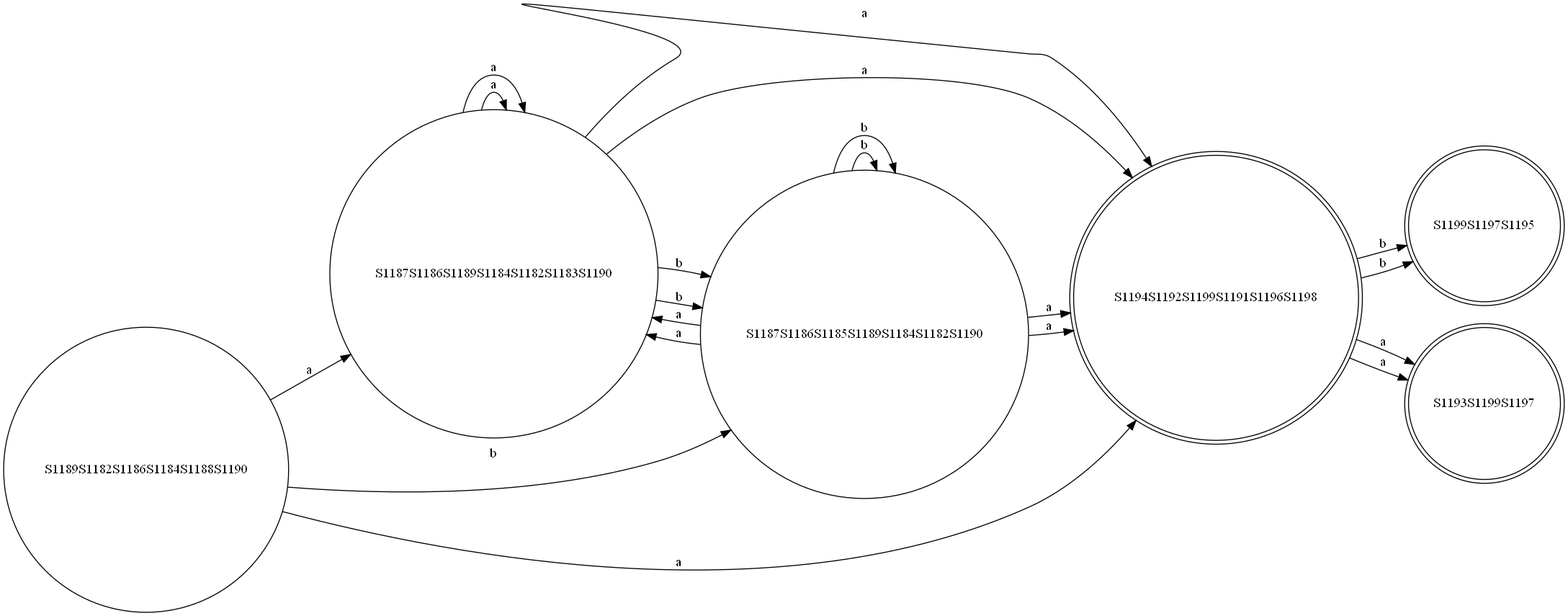
The Graphviz diagram finalCode/test-output/DFA.gv.png in abdelazizSalah/RegExp_NFA_DFA_DFAMinimization, before a commit. Its source is kept beside it as finalCode/test-output/DFA.gv.
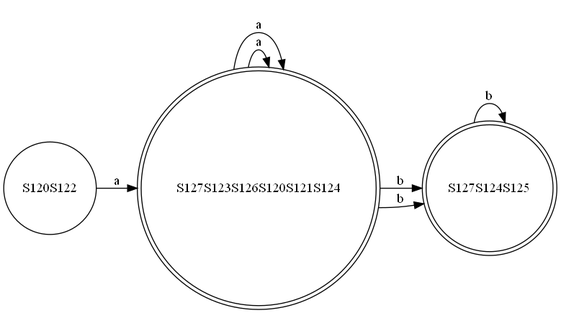
After the change.

Diff of the diagram source:
```diff
@@ -1,31 +1,13 @@
 digraph {
 	graph [rankdir=LR]
-	S1189S1182S1186S1184S1188S1190 [label=S1189S1182S1186S1184S1188S1190 shape=circle]
-	S1189S1182S1186S1184S1188S1190 -> S1187S1186S1189S1184S1182S1183S1190 [label=a]
-	S1189S1182S1186S1184S1188S1190 -> S1187S1186S1185S1189S1184S1182S1190 [label=b]
-	S1189S1182S1186S1184S1188S1190 -> S1194S1192S1199S1191S1196S1198 [label=a]
-	S1187S1186S1189S1184S1182S1183S1190 [label=S1187S1186S1189S1184S1182S1183S1190 shape=circle]
-	S1187S1186S1189S1184S1182S1183S1190 -> S1187S1186S1185S1189S1184S1182S1190 [label=b]
-	S1187S1186S1189S1184S1182S1183S1190 -> S1187S1186S1189S1184S1182S1183S1190 [label=a]
-	S1187S1186S1189S1184S1182S1183S1190 -> S1194S1192S1199S1191S1196S1198 [label=a]
-	S1187S1186S1185S1189S1184S1182S1190 [label=S1187S1186S1185S1189S1184S1182S1190 shape=circle]
-	S1187S1186S1185S1189S1184S1182S1190 -> S1187S1186S1185S1189S1184S1182S1190 [label=b]
-	S1187S1186S1185S1189S1184S1182S1190 -> S1187S1186S1189S1184S1182S1183S1190 [label=a]
-	S1187S1186S1185S1189S1184S1182S1190 -> S1194S1192S1199S1191S1196S1198 [label=a]
-	S1194S1192S1199S1191S1196S1198 [label=S1194S1192S1199S1191S1196S1198 shape=doublecircle]
-	S1194S1192S1199S1191S1196S1198 -> S1199S1197S1195 [label=b]
-	S1194S1192S1199S1191S1196S1198 -> S1193S1199S1197 [label=a]
-	S1187S1186S1185S1189S1184S1182S1190 [label=S1187S1186S1185S1189S1184S1182S1190 shape=circle]
-	S1187S1186S1185S1189S1184S1182S1190 -> S1187S1186S1185S1189S1184S1182S1190 [label=b]
-	S1187S1186S1185S1189S1184S1182S1190 -> S1187S1186S1189S1184S1182S1183S1190 [label=a]
-	S1187S1186S1185S1189S1184S1182S1190 -> S1194S1192S1199S1191S1196S1198 [label=a]
-	S1187S1186S1189S1184S1182S1183S1190 [label=S1187S1186S1189S1184S1182S1183S1190 shape=circle]
-	S1187S1186S1189S1184S1182S1183S1190 -> S1187S1186S1185S1189S1184S1182S1190 [label=b]
-	S1187S1186S1189S1184S1182S1183S1190 -> S1187S1186S1189S1184S1182S1183S1190 [label=a]
-	S1187S1186S1189S1184S1182S1183S1190 -> S1194S1192S1199S1191S1196S1198 [label=a]
-	S1194S1192S1199S1191S1196S1198 [label=S1194S1192S1199S1191S1196S1198 shape=doublecircle]
-	S1194S1192S1199S1191S1196S1198 -> S1199S1197S1195 [label=b]
-	S1194S1192S1199S1191S1196S1198 -> S1193S1199S1197 [label=a]
-	S1199S1197S1195 [label=S1199S1197S1195 shape=doublecircle]
-	S1193S1199S1197 [label=S1193S1199S1197 shape=doublecircle]
+	S120S122 [label=S120S122 shape=circle]
+	S120S122 -> S127S123S126S120S121S124 [label=a]
+	S127S123S126S120S121S124 [label=S127S123S126S120S121S124 shape=doublecircle]
+	S127S123S126S120S121S124 -> S127S123S126S120S121S124 [label=a]
+	S127S123S126S120S121S124 -> S127S124S125 [label=b]
+	S127S123S126S120S121S124 [label=S127S123S126S120S121S124 shape=doublecircle]
+	S127S123S126S120S121S124 -> S127S123S126S120S121S124 [label=a]
+	S127S123S126S120S121S124 -> S127S124S125 [label=b]
+	S127S124S125 [label=S127S124S125 shape=doublecircle]
+	S127S124S125 -> S127S124S125 [label=b]
 }
```
